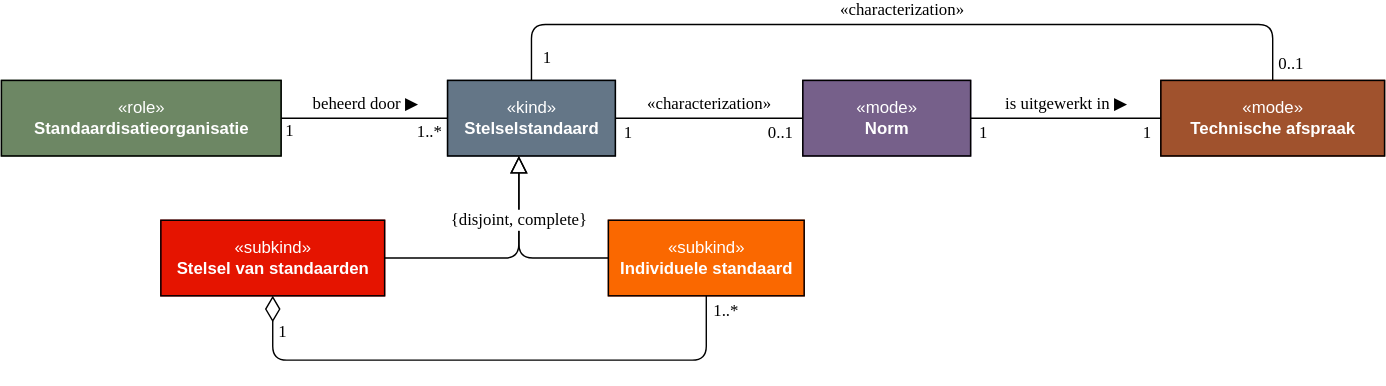
Above: .gitbook/assets/organization/standorg-onto.svg in dizra/docs (draw.io), before the change. Source tidied: cells renumbered, new cells last; positions are measured from the earlier drawing's top-left corner, leaving out a move shared by most shapes.
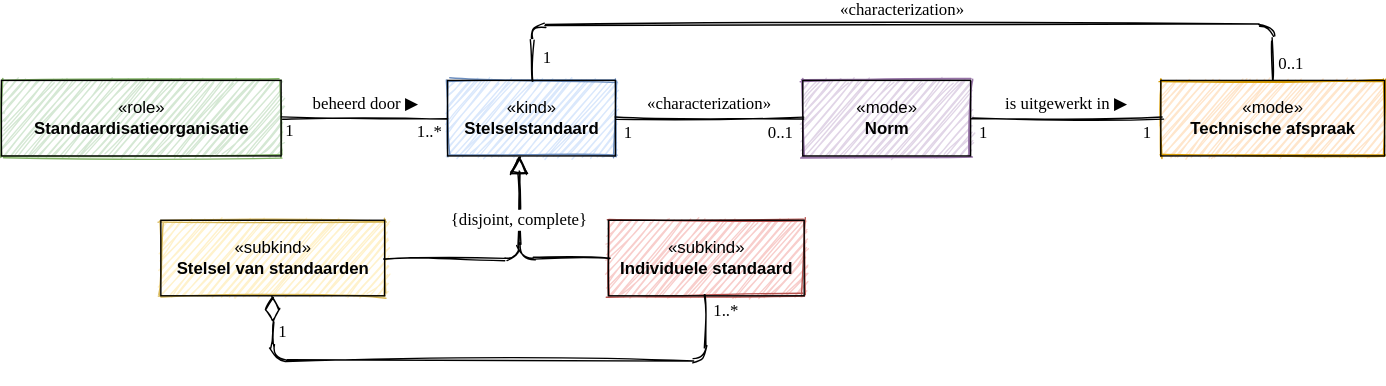
The same diagram one commit later.

What changed in the source:
```diff
@@ -2,31 +2,31 @@
   <root>
     <mxCell id="0" />
     <mxCell id="1" parent="0" />
-    <mxCell id="2" style="fontStyle=0;align=center;verticalAlign=top;horizontal=1;startSize=49;labelBackgroundColor=none;fillColor=#647687;strokeColor=#314354;fontColor=#ffffff;" parent="1" vertex="1">
+    <mxCell id="2" style="fontStyle=0;align=center;verticalAlign=top;horizontal=1;startSize=49;labelBackgroundColor=none;fillColor=#dae8fc;strokeColor=#6c8ebf;sketch=1;" parent="1" vertex="1">
       <mxGeometry x="319" y="40" width="120" height="54" as="geometry" />
     </mxCell>
-    <mxCell id="3" value="&lt;span&gt;&lt;font color=&quot;#ffffff&quot;&gt;«kind»&lt;br&gt;&lt;b&gt;Stelselstandaard&lt;/b&gt;&lt;/font&gt;&lt;/span&gt;" style="html=1;fillColor=none;labelBackgroundColor=none;" parent="2" vertex="1">
+    <mxCell id="3" value="&lt;span&gt;«kind»&lt;br&gt;&lt;b&gt;Stelselstandaard&lt;/b&gt;&lt;/span&gt;" style="html=1;fillColor=none;labelBackgroundColor=none;" parent="2" vertex="1">
       <mxGeometry width="120" height="54" as="geometry" />
     </mxCell>
-    <mxCell id="4" style="fontStyle=0;align=center;verticalAlign=top;horizontal=1;startSize=49;labelBackgroundColor=none;fillColor=#76608a;strokeColor=#432D57;fontColor=#ffffff;" parent="1" vertex="1">
+    <mxCell id="4" style="fontStyle=0;align=center;verticalAlign=top;horizontal=1;startSize=49;labelBackgroundColor=none;fillColor=#e1d5e7;strokeColor=#9673a6;sketch=1;" parent="1" vertex="1">
       <mxGeometry x="573" y="40" width="120" height="54" as="geometry" />
     </mxCell>
-    <mxCell id="5" value="&lt;span&gt;&lt;font color=&quot;#ffffff&quot;&gt;«mode»&lt;br&gt;&lt;b&gt;Norm&lt;/b&gt;&lt;/font&gt;&lt;/span&gt;" style="html=1;fillColor=none;labelBackgroundColor=none;" parent="4" vertex="1">
+    <mxCell id="5" value="&lt;span&gt;«mode»&lt;br&gt;&lt;b&gt;Norm&lt;/b&gt;&lt;/span&gt;" style="html=1;fillColor=none;labelBackgroundColor=none;" parent="4" vertex="1">
       <mxGeometry width="120" height="54" as="geometry" />
     </mxCell>
-    <mxCell id="6" style="fontStyle=0;align=center;verticalAlign=top;horizontal=1;startSize=49;labelBackgroundColor=none;fillColor=#6d8764;strokeColor=#3A5431;fontColor=#ffffff;" parent="1" vertex="1">
+    <mxCell id="6" style="fontStyle=0;align=center;verticalAlign=top;horizontal=1;startSize=49;labelBackgroundColor=none;fillColor=#d5e8d4;strokeColor=#82b366;sketch=1;" parent="1" vertex="1">
       <mxGeometry y="40" width="200" height="54" as="geometry" />
     </mxCell>
-    <mxCell id="7" value="&lt;span&gt;&lt;font color=&quot;#ffffff&quot;&gt;«role»&lt;br&gt;&lt;b&gt;Standaardisatieorganisatie&lt;/b&gt;&lt;/font&gt;&lt;/span&gt;" style="html=1;fillColor=none;labelBackgroundColor=none;" parent="6" vertex="1">
+    <mxCell id="7" value="&lt;span&gt;«role»&lt;br&gt;&lt;b&gt;Standaardisatieorganisatie&lt;/b&gt;&lt;/span&gt;" style="html=1;fillColor=none;labelBackgroundColor=none;" parent="6" vertex="1">
       <mxGeometry width="200" height="54" as="geometry" />
     </mxCell>
-    <mxCell id="8" style="fontStyle=0;align=center;verticalAlign=top;horizontal=1;startSize=49;labelBackgroundColor=none;fillColor=#a0522d;strokeColor=#6D1F00;fontColor=#ffffff;" parent="1" vertex="1">
+    <mxCell id="8" style="fontStyle=0;align=center;verticalAlign=top;horizontal=1;startSize=49;labelBackgroundColor=none;fillColor=#ffe6cc;strokeColor=#d79b00;sketch=1;" parent="1" vertex="1">
       <mxGeometry x="829" y="40" width="160" height="54" as="geometry" />
     </mxCell>
-    <mxCell id="9" value="&lt;span&gt;&lt;font color=&quot;#ffffff&quot;&gt;«mode»&lt;br&gt;&lt;b&gt;Technische afspraak&lt;/b&gt;&lt;/font&gt;&lt;/span&gt;" style="html=1;fillColor=none;labelBackgroundColor=none;" parent="8" vertex="1">
+    <mxCell id="9" value="&lt;span&gt;«mode»&lt;br&gt;&lt;b&gt;Technische afspraak&lt;/b&gt;&lt;/span&gt;" style="html=1;fillColor=none;labelBackgroundColor=none;" parent="8" vertex="1">
       <mxGeometry width="160" height="54" as="geometry" />
     </mxCell>
-    <mxCell id="10" value="is uitgewerkt in ▶︎" style="endArrow=none;endSize=10;endFill=0;html=1;fontFamily=Tahoma;fontSize=12;fontColor=#000000;edgeStyle=orthogonalEdgeStyle;" parent="1" edge="1" source="5" target="9">
+    <mxCell id="10" value="is uitgewerkt in ▶︎" style="endArrow=none;endSize=10;endFill=0;html=1;fontFamily=Tahoma;fontSize=12;fontColor=#000000;edgeStyle=orthogonalEdgeStyle;sketch=1;" parent="1" edge="1" source="5" target="9">
       <mxGeometry y="10" relative="1" as="geometry" />
     </mxCell>
     <mxCell id="11" value="1" style="text;html=1;align=center;verticalAlign=middle;labelBackgroundColor=#ffffff;fontSize=12;fontFamily=Tahoma;fontColor=#000000;" parent="10" vertex="1">
@@ -39,19 +39,19 @@
         <mxPoint x="3.5" y="10" as="offset" />
       </mxGeometry>
     </mxCell>
-    <mxCell id="13" style="fontStyle=0;align=center;verticalAlign=top;horizontal=1;startSize=49;labelBackgroundColor=none;fillColor=#fa6800;strokeColor=#C73500;fontColor=#ffffff;" parent="1" vertex="1">
+    <mxCell id="13" style="fontStyle=0;align=center;verticalAlign=top;horizontal=1;startSize=49;labelBackgroundColor=none;fillColor=#f8cecc;strokeColor=#b85450;sketch=1;" parent="1" vertex="1">
       <mxGeometry x="434" y="140" width="140" height="54" as="geometry" />
     </mxCell>
-    <mxCell id="14" value="&lt;span&gt;&lt;font color=&quot;#ffffff&quot;&gt;«subkind»&lt;br&gt;&lt;b&gt;Individuele standaard&lt;/b&gt;&lt;/font&gt;&lt;/span&gt;" style="html=1;fillColor=none;labelBackgroundColor=none;" parent="13" vertex="1">
+    <mxCell id="14" value="&lt;span&gt;«subkind»&lt;br&gt;&lt;b&gt;Individuele standaard&lt;/b&gt;&lt;/span&gt;" style="html=1;fillColor=none;labelBackgroundColor=none;" parent="13" vertex="1">
       <mxGeometry width="140" height="54" as="geometry" />
     </mxCell>
-    <mxCell id="15" style="fontStyle=0;align=center;verticalAlign=top;horizontal=1;startSize=49;labelBackgroundColor=none;fillColor=#e51400;strokeColor=#B20000;fontColor=#ffffff;" parent="1" vertex="1">
+    <mxCell id="15" style="fontStyle=0;align=center;verticalAlign=top;horizontal=1;startSize=49;labelBackgroundColor=none;fillColor=#fff2cc;strokeColor=#d6b656;sketch=1;" parent="1" vertex="1">
       <mxGeometry x="114" y="140" width="160" height="54" as="geometry" />
     </mxCell>
-    <mxCell id="16" value="&lt;span&gt;&lt;font color=&quot;#ffffff&quot;&gt;«subkind»&lt;br&gt;&lt;b&gt;Stelsel van standaarden&lt;/b&gt;&lt;/font&gt;&lt;/span&gt;" style="html=1;fillColor=none;labelBackgroundColor=none;" parent="15" vertex="1">
+    <mxCell id="16" value="&lt;span&gt;«subkind»&lt;br&gt;&lt;b&gt;Stelsel van standaarden&lt;/b&gt;&lt;/span&gt;" style="html=1;fillColor=none;labelBackgroundColor=none;" parent="15" vertex="1">
       <mxGeometry width="160" height="54" as="geometry" />
     </mxCell>
-    <mxCell id="17" style="endArrow=diamondThin;endSize=16;endFill=0;html=1;fontFamily=Tahoma;fontSize=12;fontColor=#000000;edgeStyle=orthogonalEdgeStyle;" parent="1" edge="1" source="14" target="16">
+    <mxCell id="17" style="endArrow=diamondThin;endSize=16;endFill=0;html=1;fontFamily=Tahoma;fontSize=12;fontColor=#000000;edgeStyle=orthogonalEdgeStyle;sketch=1;" parent="1" edge="1" source="14" target="16">
       <mxGeometry y="10" relative="1" as="geometry">
         <Array as="points">
           <mxPoint x="504" y="240" />
@@ -69,21 +69,21 @@
         <mxPoint x="13" y="-5" as="offset" />
       </mxGeometry>
     </mxCell>
-    <mxCell id="20" value="{disjoint, complete}" style="endArrow=block;endSize=10;endFill=0;html=1;fontFamily=Tahoma;fontSize=12;fontColor=#000000;edgeStyle=orthogonalEdgeStyle;" parent="1" edge="1" source="16" target="3">
+    <mxCell id="20" value="{disjoint, complete}" style="endArrow=block;endSize=10;endFill=0;html=1;fontFamily=Tahoma;fontSize=12;fontColor=#000000;edgeStyle=orthogonalEdgeStyle;sketch=1;" parent="1" edge="1" source="16" target="3">
       <mxGeometry x="0.46" relative="1" as="geometry">
         <Array as="points">
           <mxPoint x="370" y="167" />
         </Array>
       </mxGeometry>
     </mxCell>
-    <mxCell id="21" value="{disjoint, complete}" style="endArrow=block;endSize=10;endFill=0;html=1;fontFamily=Tahoma;fontSize=12;fontColor=#000000;edgeStyle=orthogonalEdgeStyle;" parent="1" edge="1" source="14" target="3">
+    <mxCell id="21" value="{disjoint, complete}" style="endArrow=block;endSize=10;endFill=0;html=1;fontFamily=Tahoma;fontSize=12;fontColor=#000000;edgeStyle=orthogonalEdgeStyle;sketch=1;" parent="1" edge="1" source="14" target="3">
       <mxGeometry x="0.33" relative="1" as="geometry">
         <Array as="points">
           <mxPoint x="370" y="167" />
         </Array>
       </mxGeometry>
     </mxCell>
-    <mxCell id="22" value="«characterization»" style="endArrow=none;endSize=10;endFill=0;html=1;fontFamily=Tahoma;fontSize=12;fontColor=#000000;edgeStyle=orthogonalEdgeStyle;exitX=1;exitY=0.5;exitDx=0;exitDy=0;" parent="1" edge="1" source="3" target="5">
+    <mxCell id="22" value="«characterization»" style="endArrow=none;endSize=10;endFill=0;html=1;fontFamily=Tahoma;fontSize=12;fontColor=#000000;edgeStyle=orthogonalEdgeStyle;exitX=1;exitY=0.5;exitDx=0;exitDy=0;sketch=1;" parent="1" edge="1" source="3" target="5">
       <mxGeometry y="10" relative="1" as="geometry" />
     </mxCell>
     <mxCell id="23" value="0..1" style="text;html=1;align=center;verticalAlign=middle;labelBackgroundColor=#ffffff;fontSize=12;fontFamily=Tahoma;fontColor=#000000;" parent="22" vertex="1">
@@ -96,7 +96,7 @@
         <mxPoint x="3.5" y="10" as="offset" />
       </mxGeometry>
     </mxCell>
-    <mxCell id="25" value="«characterization»" style="endArrow=none;endSize=10;endFill=0;html=1;fontFamily=Tahoma;fontSize=12;fontColor=#000000;edgeStyle=orthogonalEdgeStyle;" parent="1" edge="1" source="3" target="9">
+    <mxCell id="25" value="«characterization»" style="endArrow=none;endSize=10;endFill=0;html=1;fontFamily=Tahoma;fontSize=12;fontColor=#000000;edgeStyle=orthogonalEdgeStyle;sketch=1;" parent="1" edge="1" source="3" target="9">
       <mxGeometry y="10" relative="1" as="geometry">
         <Array as="points">
           <mxPoint x="379" />
@@ -114,7 +114,7 @@
         <mxPoint x="10" y="6" as="offset" />
       </mxGeometry>
     </mxCell>
-    <mxCell id="28" value="beheerd door ▶︎" style="endArrow=none;endSize=10;endFill=0;html=1;fontFamily=Tahoma;fontSize=12;fontColor=#000000;edgeStyle=orthogonalEdgeStyle;" parent="1" edge="1" source="7" target="3">
+    <mxCell id="28" value="beheerd door ▶︎" style="endArrow=none;endSize=10;endFill=0;html=1;fontFamily=Tahoma;fontSize=12;fontColor=#000000;edgeStyle=orthogonalEdgeStyle;sketch=1;" parent="1" edge="1" source="7" target="3">
       <mxGeometry y="10" relative="1" as="geometry" />
     </mxCell>
     <mxCell id="29" value="1..*" style="text;html=1;align=center;verticalAlign=middle;labelBackgroundColor=#ffffff;fontSize=12;fontFamily=Tahoma;fontColor=#000000;" parent="28" vertex="1">
```
